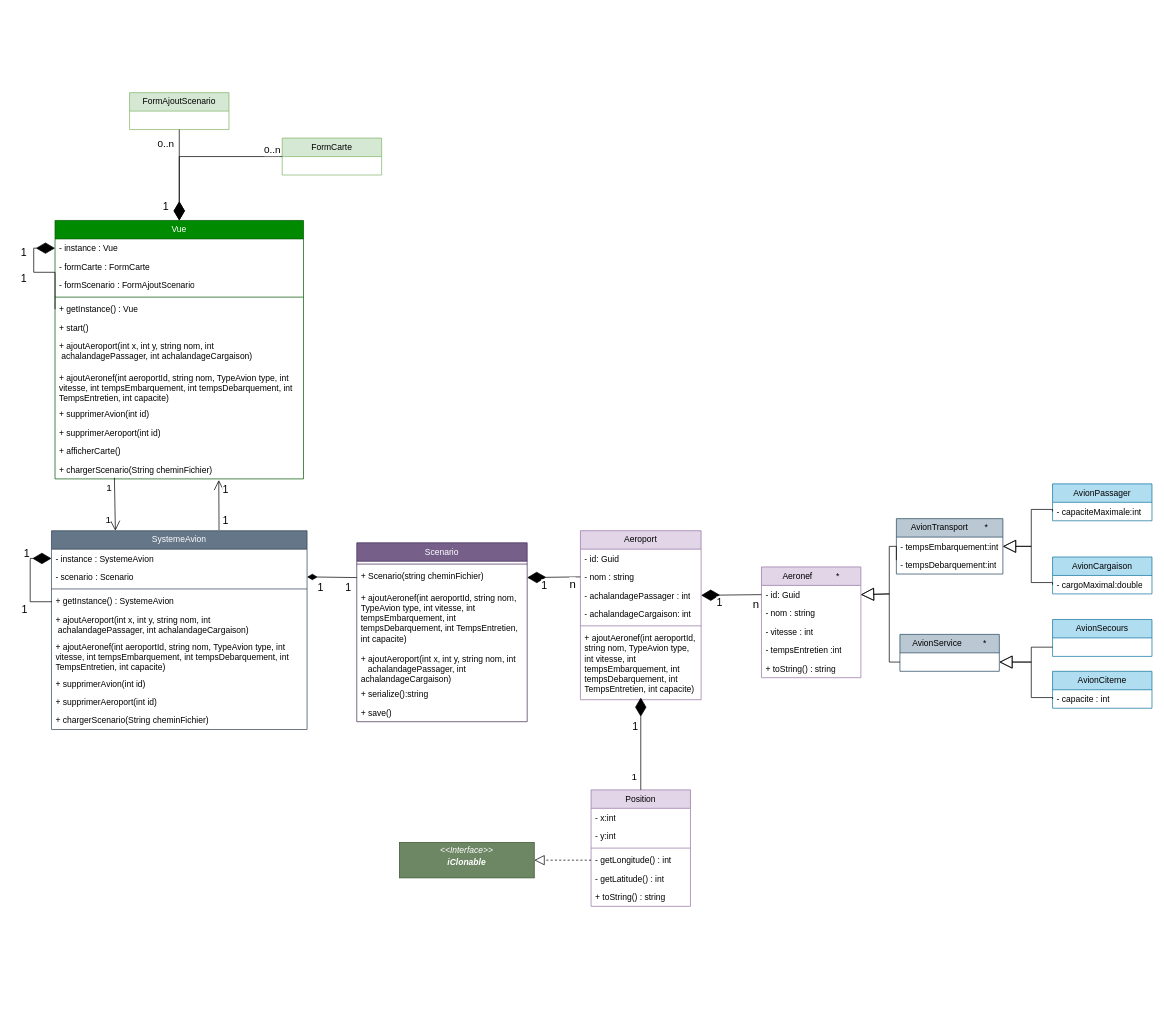
felixcharbonneau/Echec keeps this draw.io diagram as Aviyons.drawio. Above is the earlier version. Source tidied: cells renumbered, new cells numbered last; positions are measured from the earlier drawing's top-left corner, leaving out a move shared by most shapes. Both pictures are drawn from the tidied source at 71%, with x=0, y=0 at pixel (30, 92).
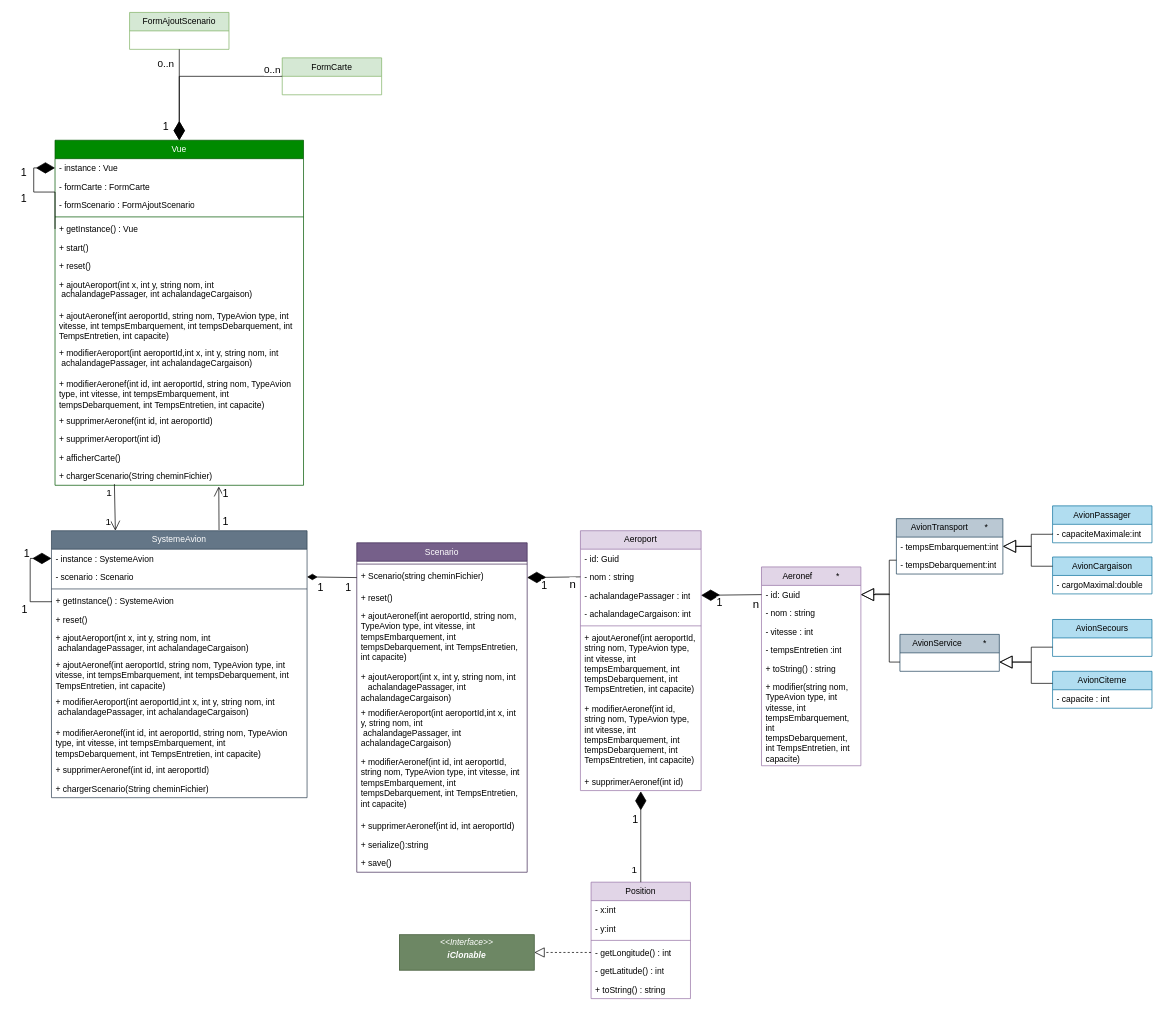
The same diagram, later.

The change refers to these unchanged cells:
```xml
<mxCell id="48" value="- id: Guid" style="text;strokeColor=none;fillColor=none;align=left;verticalAlign=top;spacingLeft=4;spacingRight=4;overflow=hidden;points=[[0,0.5],[1,0.5]];portConstraint=eastwest;whiteSpace=wrap;html=1;" parent="47" vertex="1">
  <mxGeometry y="26" width="140" height="26" as="geometry" />
</mxCell>
<mxCell id="80" value="- capaciteMaximale:int" style="text;strokeColor=none;fillColor=none;align=left;verticalAlign=top;spacingLeft=4;spacingRight=4;overflow=hidden;points=[[0,0.5],[1,0.5]];portConstraint=eastwest;whiteSpace=wrap;html=1;" parent="79" vertex="1">
  <mxGeometry y="26" width="140" height="26" as="geometry" />
</mxCell>
<mxCell id="81" value="AvionCargaison" style="swimlane;fontStyle=0;horizontal=1;startSize=26;fillColor=#b1ddf0;whiteSpace=wrap;html=1;strokeColor=#10739e;" parent="1" vertex="1">
  <mxGeometry x="1440" y="654" width="140" height="52" as="geometry" />
</mxCell>
<mxCell id="82" value="- cargoMaximal:double" style="text;strokeColor=none;fillColor=none;align=left;verticalAlign=top;spacingLeft=4;spacingRight=4;overflow=hidden;points=[[0,0.5],[1,0.5]];portConstraint=eastwest;whiteSpace=wrap;html=1;" parent="81" vertex="1">
  <mxGeometry y="26" width="140" height="26" as="geometry" />
</mxCell>
<mxCell id="85" value="- capacite : int" style="text;strokeColor=none;fillColor=none;align=left;verticalAlign=top;spacingLeft=4;spacingRight=4;overflow=hidden;points=[[0,0.5],[1,0.5]];portConstraint=eastwest;whiteSpace=wrap;html=1;" parent="84" vertex="1">
  <mxGeometry y="26" width="140" height="26" as="geometry" />
</mxCell>
<mxCell id="89" value="AvionTransport&amp;nbsp; &amp;nbsp; &amp;nbsp; &amp;nbsp;*" style="swimlane;fontStyle=0;horizontal=1;startSize=26;fillColor=#bac8d3;whiteSpace=wrap;html=1;strokeColor=#23445d;" parent="1" vertex="1">
  <mxGeometry x="1220" y="600" width="150" height="78" as="geometry" />
</mxCell>
<mxCell id="90" value="- tempsEmbarquement:int" style="text;strokeColor=none;fillColor=none;align=left;verticalAlign=top;spacingLeft=4;spacingRight=4;overflow=hidden;points=[[0,0.5],[1,0.5]];portConstraint=eastwest;whiteSpace=wrap;html=1;" parent="89" vertex="1">
  <mxGeometry y="26" width="150" height="26" as="geometry" />
</mxCell>
<mxCell id="95" value="AvionService&amp;nbsp; &amp;nbsp; &amp;nbsp; &amp;nbsp; &amp;nbsp;*" style="swimlane;fontStyle=0;horizontal=1;startSize=26;fillColor=#bac8d3;whiteSpace=wrap;html=1;strokeColor=#23445d;" parent="1" vertex="1">
  <mxGeometry x="1225" y="763" width="140" height="52" as="geometry" />
</mxCell>
```

The edit, as a diff of the source:
```diff
@@
     <mxCell id="2" value="SystemeAvion" style="swimlane;fontStyle=0;horizontal=1;startSize=26;fillColor=#647687;whiteSpace=wrap;html=1;strokeColor=#314354;fontColor=#ffffff;" parent="1" vertex="1">
-      <mxGeometry x="30" y="617" width="360" height="280" as="geometry" />
+      <mxGeometry x="30" y="617" width="360" height="376" as="geometry" />
     </mxCell>
@@
+    <mxCell id="102" value="+ reset()" style="text;strokeColor=none;fillColor=none;align=left;verticalAlign=top;spacingLeft=4;spacingRight=4;overflow=hidden;whiteSpace=wrap;html=1;" parent="2" vertex="1">
+      <mxGeometry y="112" width="360" height="26" as="geometry" />
+    </mxCell>
     <mxCell id="10" value="+ ajoutAeroport(int x, int y, string nom, int&amp;nbsp; &amp;nbsp; &amp;nbsp; &amp;nbsp;achalandagePassager, int achalandageCargaison)" style="text;strokeColor=none;fillColor=none;align=left;verticalAlign=top;spacingLeft=4;spacingRight=4;overflow=hidden;whiteSpace=wrap;html=1;" parent="2" vertex="1">
-      <mxGeometry y="112" width="360" height="38" as="geometry" />
+      <mxGeometry y="138" width="360" height="38" as="geometry" />
     </mxCell>
     <mxCell id="11" value="+ ajoutAeronef(int aeroportId, string nom, TypeAvion type, int vitesse, int tempsEmbarquement, int tempsDebarquement, int TempsEntretien, int capacite)" style="text;strokeColor=none;fillColor=none;align=left;verticalAlign=top;spacingLeft=4;spacingRight=4;overflow=hidden;whiteSpace=wrap;html=1;" parent="2" vertex="1">
-      <mxGeometry y="150" width="360" height="52" as="geometry" />
+      <mxGeometry y="176" width="360" height="52" as="geometry" />
     </mxCell>
-    <mxCell id="12" value="+ supprimerAvion(int id)" style="text;strokeColor=none;fillColor=none;align=left;verticalAlign=top;spacingLeft=4;spacingRight=4;overflow=hidden;whiteSpace=wrap;html=1;" parent="2" vertex="1">
-      <mxGeometry y="202" width="360" height="26" as="geometry" />
-    </mxCell>
+    <mxCell id="103" value="+ modifierAeroport(int aeroportId,int x, int y, string nom, int&amp;nbsp; &amp;nbsp; &amp;nbsp; &amp;nbsp;achalandagePassager, int achalandageCargaison)" style="text;strokeColor=none;fillColor=none;align=left;verticalAlign=top;spacingLeft=4;spacingRight=4;overflow=hidden;whiteSpace=wrap;html=1;" parent="2" vertex="1">
+      <mxGeometry y="228" width="360" height="44" as="geometry" />
+    </mxCell>
+    <mxCell id="104" value="+ modifierAeronef(int id, int aeroportId, string nom, TypeAvion type, int vitesse, int tempsEmbarquement, int tempsDebarquement, int TempsEntretien, int capacite)" style="text;strokeColor=none;fillColor=none;align=left;verticalAlign=top;spacingLeft=4;spacingRight=4;overflow=hidden;whiteSpace=wrap;html=1;" parent="2" vertex="1">
+      <mxGeometry y="272" width="360" height="52" as="geometry" />
+    </mxCell>
-    <mxCell id="13" value="+ supprimerAeroport(int id)" style="text;strokeColor=none;fillColor=none;align=left;verticalAlign=top;spacingLeft=4;spacingRight=4;overflow=hidden;whiteSpace=wrap;html=1;" parent="2" vertex="1">
-      <mxGeometry y="228" width="360" height="26" as="geometry" />
+    <mxCell id="13" value="+ supprimerAeronef(int id, int aeroportId)" style="text;strokeColor=none;fillColor=none;align=left;verticalAlign=top;spacingLeft=4;spacingRight=4;overflow=hidden;whiteSpace=wrap;html=1;" parent="2" vertex="1">
+      <mxGeometry y="324" width="360" height="26" as="geometry" />
     </mxCell>
     <mxCell id="14" value="+ chargerScenario(String cheminFichier)" style="text;strokeColor=none;fillColor=none;align=left;verticalAlign=top;spacingLeft=4;spacingRight=4;overflow=hidden;whiteSpace=wrap;html=1;" parent="2" vertex="1">
-      <mxGeometry y="254" width="360" height="26" as="geometry" />
+      <mxGeometry y="350" width="360" height="26" as="geometry" />
     </mxCell>
     <mxCell id="15" value="Vue" style="swimlane;fontStyle=0;horizontal=1;startSize=26;fillColor=#008a00;whiteSpace=wrap;html=1;strokeColor=#005700;fontColor=#ffffff;" parent="1" vertex="1">
-      <mxGeometry x="35" y="180" width="350" height="364" as="geometry" />
+      <mxGeometry x="35" y="67" width="350" height="486" as="geometry" />
     </mxCell>
@@
+    <mxCell id="105" value="+ reset()" style="text;strokeColor=none;fillColor=none;align=left;verticalAlign=top;spacingLeft=4;spacingRight=4;overflow=hidden;whiteSpace=wrap;html=1;" parent="15" vertex="1">
+      <mxGeometry y="164" width="350" height="26" as="geometry" />
+    </mxCell>
     <mxCell id="25" value="+ ajoutAeroport(int x, int y, string nom, int&amp;nbsp; &amp;nbsp; &amp;nbsp; &amp;nbsp;achalandagePassager, int achalandageCargaison)" style="text;strokeColor=none;fillColor=none;align=left;verticalAlign=top;spacingLeft=4;spacingRight=4;overflow=hidden;whiteSpace=wrap;html=1;" parent="15" vertex="1">
-      <mxGeometry y="164" width="350" height="44" as="geometry" />
+      <mxGeometry y="190" width="350" height="44" as="geometry" />
     </mxCell>
     <mxCell id="26" value="+ ajoutAeronef(int aeroportId, string nom, TypeAvion type, int vitesse, int tempsEmbarquement, int tempsDebarquement, int TempsEntretien, int capacite)" style="text;strokeColor=none;fillColor=none;align=left;verticalAlign=top;spacingLeft=4;spacingRight=4;overflow=hidden;whiteSpace=wrap;html=1;" parent="15" vertex="1">
-      <mxGeometry y="208" width="350" height="52" as="geometry" />
+      <mxGeometry y="234" width="350" height="52" as="geometry" />
     </mxCell>
+    <mxCell id="106" value="+ modifierAeroport(int aeroportId,int x, int y, string nom, int&amp;nbsp; &amp;nbsp; &amp;nbsp; &amp;nbsp;achalandagePassager, int achalandageCargaison)" style="text;strokeColor=none;fillColor=none;align=left;verticalAlign=top;spacingLeft=4;spacingRight=4;overflow=hidden;whiteSpace=wrap;html=1;" parent="15" vertex="1">
+      <mxGeometry y="286" width="350" height="44" as="geometry" />
+    </mxCell>
+    <mxCell id="107" value="+ modifierAeronef(int id, int aeroportId, string nom, TypeAvion type, int vitesse, int tempsEmbarquement, int tempsDebarquement, int TempsEntretien, int capacite)" style="text;strokeColor=none;fillColor=none;align=left;verticalAlign=top;spacingLeft=4;spacingRight=4;overflow=hidden;whiteSpace=wrap;html=1;" parent="15" vertex="1">
+      <mxGeometry y="330" width="350" height="52" as="geometry" />
+    </mxCell>
-    <mxCell id="27" value="+ supprimerAvion(int id)" style="text;strokeColor=none;fillColor=none;align=left;verticalAlign=top;spacingLeft=4;spacingRight=4;overflow=hidden;whiteSpace=wrap;html=1;" parent="15" vertex="1">
-      <mxGeometry y="260" width="350" height="26" as="geometry" />
+    <mxCell id="27" value="+ supprimerAeronef(int id, int aeroportId)" style="text;strokeColor=none;fillColor=none;align=left;verticalAlign=top;spacingLeft=4;spacingRight=4;overflow=hidden;whiteSpace=wrap;html=1;" parent="15" vertex="1">
+      <mxGeometry y="382" width="350" height="26" as="geometry" />
     </mxCell>
     <mxCell id="28" value="+ supprimerAeroport(int id)" style="text;strokeColor=none;fillColor=none;align=left;verticalAlign=top;spacingLeft=4;spacingRight=4;overflow=hidden;whiteSpace=wrap;html=1;" parent="15" vertex="1">
-      <mxGeometry y="286" width="350" height="26" as="geometry" />
+      <mxGeometry y="408" width="350" height="26" as="geometry" />
     </mxCell>
     <mxCell id="29" value="+ afficherCarte()" style="text;strokeColor=none;fillColor=none;align=left;verticalAlign=top;spacingLeft=4;spacingRight=4;overflow=hidden;whiteSpace=wrap;html=1;" parent="15" vertex="1">
-      <mxGeometry y="312" width="350" height="26" as="geometry" />
+      <mxGeometry y="434" width="350" height="26" as="geometry" />
     </mxCell>
     <mxCell id="30" value="+ chargerScenario(String cheminFichier)" style="text;strokeColor=none;fillColor=none;align=left;verticalAlign=top;spacingLeft=4;spacingRight=4;overflow=hidden;points=[[0,0.5],[1,0.5]];portConstraint=eastwest;whiteSpace=wrap;html=1;" parent="15" vertex="1">
-      <mxGeometry y="338" width="350" height="26" as="geometry" />
+      <mxGeometry y="460" width="350" height="26" as="geometry" />
     </mxCell>
@@
     <mxCell id="37" value="Scenario" style="swimlane;fontStyle=0;horizontal=1;startSize=26;fillColor=#76608a;whiteSpace=wrap;html=1;strokeColor=#432D57;fontColor=#ffffff;" parent="1" vertex="1">
-      <mxGeometry x="460" y="634" width="240" height="252" as="geometry" />
+      <mxGeometry x="460" y="634" width="240" height="464" as="geometry" />
     </mxCell>
@@
+    <mxCell id="108" value="+ reset()" style="text;strokeColor=none;fillColor=none;align=left;verticalAlign=top;spacingLeft=4;spacingRight=4;overflow=hidden;whiteSpace=wrap;html=1;" parent="37" vertex="1">
+      <mxGeometry y="64" width="240" height="26" as="geometry" />
+    </mxCell>
     <mxCell id="40" value="+ ajoutAeronef(int aeroportId, string nom, TypeAvion type, int vitesse, int tempsEmbarquement, int tempsDebarquement, int TempsEntretien, int capacite)" style="text;strokeColor=none;fillColor=none;align=left;verticalAlign=top;spacingLeft=4;spacingRight=4;overflow=hidden;whiteSpace=wrap;html=1;" parent="37" vertex="1">
-      <mxGeometry y="64" width="240" height="86" as="geometry" />
+      <mxGeometry y="90" width="240" height="86" as="geometry" />
     </mxCell>
     <mxCell id="41" value="+ ajoutAeroport(int x, int y, string nom, int&amp;nbsp; &amp;nbsp; &amp;nbsp; &amp;nbsp;achalandagePassager, int achalandageCargaison)" style="text;strokeColor=none;fillColor=none;align=left;verticalAlign=top;spacingLeft=4;spacingRight=4;overflow=hidden;whiteSpace=wrap;html=1;" parent="37" vertex="1">
-      <mxGeometry y="150" width="240" height="50" as="geometry" />
+      <mxGeometry y="176" width="240" height="50" as="geometry" />
     </mxCell>
+    <mxCell id="109" value="+ modifierAeroport(int aeroportId,int x, int y, string nom, int&amp;nbsp; &amp;nbsp; &amp;nbsp; &amp;nbsp;achalandagePassager, int achalandageCargaison)" style="text;strokeColor=none;fillColor=none;align=left;verticalAlign=top;spacingLeft=4;spacingRight=4;overflow=hidden;whiteSpace=wrap;html=1;" parent="37" vertex="1">
+      <mxGeometry y="226" width="240" height="70" as="geometry" />
+    </mxCell>
+    <mxCell id="110" value="+ modifierAeronef(int id, int aeroportId, string nom, TypeAvion type, int vitesse, int tempsEmbarquement, int tempsDebarquement, int TempsEntretien, int capacite)" style="text;strokeColor=none;fillColor=none;align=left;verticalAlign=top;spacingLeft=4;spacingRight=4;overflow=hidden;whiteSpace=wrap;html=1;" parent="37" vertex="1">
+      <mxGeometry y="296" width="240" height="90" as="geometry" />
+    </mxCell>
+    <mxCell id="111" value="+ supprimerAeronef(int id, int aeroportId)" style="text;strokeColor=none;fillColor=none;align=left;verticalAlign=top;spacingLeft=4;spacingRight=4;overflow=hidden;whiteSpace=wrap;html=1;" parent="37" vertex="1">
+      <mxGeometry y="386" width="240" height="26" as="geometry" />
+    </mxCell>
     <mxCell id="42" value="+ serialize():string" style="text;strokeColor=none;fillColor=none;align=left;verticalAlign=top;spacingLeft=4;spacingRight=4;overflow=hidden;whiteSpace=wrap;html=1;" parent="37" vertex="1">
-      <mxGeometry y="200" width="240" height="26" as="geometry" />
+      <mxGeometry y="412" width="240" height="26" as="geometry" />
     </mxCell>
     <mxCell id="43" value="+ save()" style="text;strokeColor=none;fillColor=none;align=left;verticalAlign=top;spacingLeft=4;spacingRight=4;overflow=hidden;whiteSpace=wrap;html=1;" parent="37" vertex="1">
-      <mxGeometry y="226" width="240" height="26" as="geometry" />
+      <mxGeometry y="438" width="240" height="26" as="geometry" />
     </mxCell>
@@
     <mxCell id="47" value="Aeronef&amp;nbsp; &amp;nbsp; &amp;nbsp; &amp;nbsp; &amp;nbsp; *" style="swimlane;fontStyle=0;horizontal=1;startSize=26;fillColor=#e1d5e7;whiteSpace=wrap;html=1;strokeColor=#9673a6;" parent="1" vertex="1">
-      <mxGeometry x="1030" y="668" width="140" height="156" as="geometry" />
+      <mxGeometry x="1030" y="668" width="140" height="280" as="geometry" />
     </mxCell>
@@
+    <mxCell id="112" value="+ modifier(string nom, TypeAvion type, int vitesse, int tempsEmbarquement, int tempsDebarquement, int TempsEntretien, int capacite)" style="text;strokeColor=none;fillColor=none;align=left;verticalAlign=top;spacingLeft=4;spacingRight=4;overflow=hidden;whiteSpace=wrap;html=1;" parent="47" vertex="1">
+      <mxGeometry y="156" width="140" height="124" as="geometry" />
+    </mxCell>
     <mxCell id="53" value="Aeroport" style="swimlane;fontStyle=0;horizontal=1;startSize=26;fillColor=#e1d5e7;whiteSpace=wrap;html=1;strokeColor=#9673a6;" parent="1" vertex="1">
-      <mxGeometry x="775" y="617" width="170" height="238" as="geometry" />
+      <mxGeometry x="775" y="617" width="170" height="366" as="geometry" />
     </mxCell>
@@
+    <mxCell id="113" value="+ modifierAeronef(int id, string nom, TypeAvion type, int vitesse, int tempsEmbarquement, int tempsDebarquement, int TempsEntretien, int capacite)" style="text;strokeColor=none;fillColor=none;align=left;verticalAlign=top;spacingLeft=4;spacingRight=4;overflow=hidden;whiteSpace=wrap;html=1;" parent="53" vertex="1">
+      <mxGeometry y="238" width="170" height="102" as="geometry" />
+    </mxCell>
+    <mxCell id="114" value="+ supprimerAeronef(int id)" style="text;strokeColor=none;fillColor=none;align=left;verticalAlign=top;spacingLeft=4;spacingRight=4;overflow=hidden;points=[[0,0.5],[1,0.5]];portConstraint=eastwest;whiteSpace=wrap;html=1;" parent="53" vertex="1">
+      <mxGeometry y="340" width="170" height="26" as="geometry" />
+    </mxCell>
     <mxCell id="60" value="Position" style="swimlane;fontStyle=0;horizontal=1;startSize=26;fillColor=#e1d5e7;whiteSpace=wrap;html=1;strokeColor=#9673a6;" parent="1" vertex="1">
-      <mxGeometry x="790" y="982" width="140" height="164" as="geometry" />
+      <mxGeometry x="790" y="1112" width="140" height="164" as="geometry" />
     </mxCell>
@@
     <mxCell id="67" value="FormAjoutScenario" style="swimlane;fontStyle=0;horizontal=1;startSize=26;fillColor=#d5e8d4;whiteSpace=wrap;html=1;strokeColor=#82b366;" parent="1" vertex="1">
-      <mxGeometry x="140" width="140" height="52" as="geometry" />
+      <mxGeometry x="140" y="-113" width="140" height="52" as="geometry" />
     </mxCell>
@@
     <mxCell id="71" value="&lt;p style=&quot;margin:0px;margin-top:4px;text-align:center;&quot;&gt;&lt;i&gt;&amp;lt;&amp;lt;Interface&amp;gt;&amp;gt;&lt;/i&gt;&lt;br&gt;&lt;/p&gt;&lt;p style=&quot;margin:0px;margin-top:4px;text-align:center;&quot;&gt;&lt;i&gt;&lt;b&gt;iClonable&lt;/b&gt;&lt;/i&gt;&lt;/p&gt;&lt;p style=&quot;margin:0px;margin-left:4px;&quot;&gt;&lt;br&gt;&lt;/p&gt;" style="verticalAlign=top;align=left;overflow=fill;html=1;whiteSpace=wrap;fillColor=#6d8764;fontColor=#ffffff;strokeColor=#3A5431;" parent="1" vertex="1">
-      <mxGeometry x="520" y="1056" width="190" height="50" as="geometry" />
+      <mxGeometry x="520" y="1186" width="190" height="50" as="geometry" />
     </mxCell>
@@
     <mxCell id="79" value="AvionPassager" style="swimlane;fontStyle=0;horizontal=1;startSize=26;fillColor=#b1ddf0;whiteSpace=wrap;html=1;strokeColor=#10739e;" parent="1" vertex="1">
-      <mxGeometry x="1440" y="551" width="140" height="52" as="geometry" />
+      <mxGeometry x="1440" y="582" width="140" height="52" as="geometry" />
     </mxCell>
@@
-    <mxCell id="86" style="endArrow=diamondThin;endFill=1;endSize=24;html=1;rounded=0;exitX=0.5;exitY=0;exitDx=0;exitDy=0;" parent="1" edge="1" source="60">
-      <mxGeometry relative="1" as="geometry">
-        <mxPoint x="860" y="852" as="targetPoint" />
-      </mxGeometry>
+    <mxCell id="86" style="endArrow=diamondThin;endFill=1;endSize=24;html=1;rounded=0;exitX=0.5;exitY=0;exitDx=0;exitDy=0;entryX=0.5;entryY=1.038;entryDx=0;entryDy=0;entryPerimeter=0;" parent="1" edge="1" source="60" target="114">
+      <mxGeometry relative="1" as="geometry" />
     </mxCell>
@@
     <mxCell id="92" style="endArrow=block;endSize=16;endFill=0;html=1;rounded=0;entryX=1;entryY=0.5;entryDx=0;entryDy=0;exitX=0;exitY=0.75;exitDx=0;exitDy=0;edgeStyle=orthogonalEdgeStyle;" parent="1" edge="1" source="89" target="48">
       <mxGeometry relative="1" as="geometry">
         <Array as="points">
-          <mxPoint x="1210" y="639" />
-          <mxPoint x="1210" y="706" />
+          <mxPoint x="1210" y="658" />
+          <mxPoint x="1210" y="707" />
         </Array>
       </mxGeometry>
     </mxCell>
-    <mxCell id="93" style="endArrow=block;endSize=16;endFill=0;html=1;rounded=0;entryX=1;entryY=0.5;entryDx=0;entryDy=0;exitX=0;exitY=0.5;exitDx=0;exitDy=0;edgeStyle=orthogonalEdgeStyle;" parent="1" edge="1" source="82" target="89">
+    <mxCell id="93" style="endArrow=block;endSize=16;endFill=0;html=1;rounded=0;entryX=1;entryY=0.5;entryDx=0;entryDy=0;exitX=0;exitY=0.25;exitDx=0;exitDy=0;edgeStyle=orthogonalEdgeStyle;" parent="1" edge="1" source="81" target="89">
       <mxGeometry relative="1" as="geometry">
         <Array as="points">
-          <mxPoint x="1440" y="690" />
-          <mxPoint x="1410" y="690" />
+          <mxPoint x="1410" y="667" />
           <mxPoint x="1410" y="639" />
         </Array>
       </mxGeometry>
     </mxCell>
     <mxCell id="94" style="endArrow=block;endSize=16;endFill=0;html=1;rounded=0;entryX=1;entryY=0.5;entryDx=0;entryDy=0;exitX=0;exitY=0.5;exitDx=0;exitDy=0;edgeStyle=orthogonalEdgeStyle;" parent="1" edge="1" source="80" target="90">
       <mxGeometry relative="1" as="geometry">
         <Array as="points">
-          <mxPoint x="1440" y="587" />
-          <mxPoint x="1410" y="587" />
+          <mxPoint x="1440" y="622" />
+          <mxPoint x="1410" y="622" />
           <mxPoint x="1410" y="639" />
         </Array>
       </mxGeometry>
     </mxCell>
@@
     <mxCell id="96" style="endArrow=block;endSize=16;endFill=0;html=1;rounded=0;entryX=1;entryY=0.5;entryDx=0;entryDy=0;exitX=0;exitY=0.75;exitDx=0;exitDy=0;edgeStyle=orthogonalEdgeStyle;" parent="1" edge="1" source="95" target="48">
       <mxGeometry relative="1" as="geometry">
         <Array as="points">
           <mxPoint x="1210" y="802" />
           <mxPoint x="1210" y="706" />
+          <mxPoint x="1190" y="706" />
+          <mxPoint x="1190" y="707" />
         </Array>
       </mxGeometry>
     </mxCell>
@@
-    <mxCell id="98" style="endArrow=block;endSize=16;endFill=0;html=1;rounded=0;entryX=1;entryY=0.75;entryDx=0;entryDy=0;exitX=0;exitY=0.5;exitDx=0;exitDy=0;edgeStyle=orthogonalEdgeStyle;" parent="1" edge="1" source="85" target="95">
+    <mxCell id="98" style="endArrow=block;endSize=16;endFill=0;html=1;rounded=0;entryX=1;entryY=0.75;entryDx=0;entryDy=0;edgeStyle=orthogonalEdgeStyle;" parent="1" edge="1" target="95">
       <mxGeometry relative="1" as="geometry">
+        <mxPoint x="1440" y="832" as="sourcePoint" />
         <Array as="points">
-          <mxPoint x="1440" y="852" />
-          <mxPoint x="1410" y="852" />
+          <mxPoint x="1440" y="832" />
+          <mxPoint x="1410" y="832" />
           <mxPoint x="1410" y="802" />
         </Array>
       </mxGeometry>
     </mxCell>
     <mxCell id="99" value="FormCarte" style="swimlane;fontStyle=0;horizontal=1;startSize=26;fillColor=#d5e8d4;whiteSpace=wrap;html=1;strokeColor=#82b366;" parent="1" vertex="1">
-      <mxGeometry x="355" y="64" width="140" height="52" as="geometry" />
+      <mxGeometry x="355" y="-49" width="140" height="52" as="geometry" />
     </mxCell>
     <mxCell id="100" style="endArrow=diamondThin;endFill=1;endSize=24;html=1;rounded=0;exitX=0;exitY=0.5;exitDx=0;exitDy=0;edgeStyle=orthogonalEdgeStyle;entryX=0.5;entryY=0;entryDx=0;entryDy=0;" parent="1" edge="1" source="99" target="15">
       <mxGeometry relative="1" as="geometry">
         <Array as="points">
-          <mxPoint x="355" y="90" />
-          <mxPoint x="210" y="90" />
+          <mxPoint x="355" y="-23" />
+          <mxPoint x="210" y="-23" />
         </Array>
       </mxGeometry>
     </mxCell>
```
